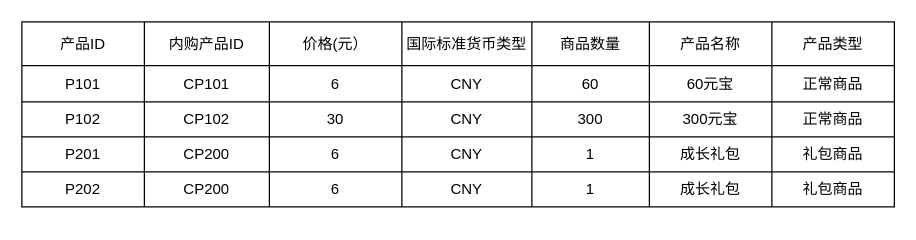
The draw.io diagram irder.drawio in pangqiren/diagram, before the edit. Source tidied: cells renumbered, new cells numbered last; positions are measured from the earlier drawing's top-left corner, leaving out a move shared by most shapes. Both pictures are drawn from the tidied source at 125%, with x=0, y=0 at pixel (21, 21).
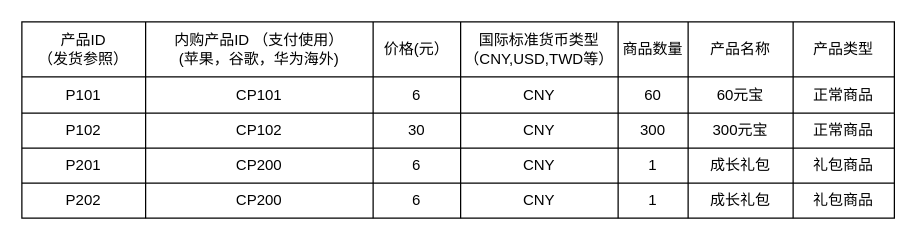
After the change.

What changed in the source:
```diff
@@
     <mxCell id="2" style="shape=table;html=1;whiteSpace=wrap;startSize=0;childLayout=tableLayout;" parent="1" vertex="1">
-      <mxGeometry width="698" height="148" as="geometry" />
+      <mxGeometry width="698" height="157" as="geometry" />
     </mxCell>
     <mxCell id="3" style="shape=partialRectangle;html=1;whiteSpace=wrap;fillColor=none;top=0;left=0;bottom=0;right=0;" parent="2" vertex="1">
-      <mxGeometry width="698" height="35" as="geometry" />
+      <mxGeometry width="698" height="44" as="geometry" />
     </mxCell>
-    <mxCell id="4" value="产品ID" style="shape=partialRectangle;html=1;whiteSpace=wrap;overflow=hidden;fillColor=none;top=0;left=0;bottom=0;right=0;" parent="3" vertex="1">
-      <mxGeometry width="98" height="35" as="geometry" />
+    <mxCell id="4" value="产品ID&lt;br&gt;（发货参照）" style="shape=partialRectangle;html=1;whiteSpace=wrap;overflow=hidden;fillColor=none;top=0;left=0;bottom=0;right=0;" parent="3" vertex="1">
+      <mxGeometry width="99" height="44" as="geometry" />
     </mxCell>
-    <mxCell id="5" value="内购产品ID" style="shape=partialRectangle;html=1;whiteSpace=wrap;overflow=hidden;fillColor=none;top=0;left=0;bottom=0;right=0;" parent="3" vertex="1">
-      <mxGeometry x="98" width="100" height="35" as="geometry" />
+    <mxCell id="5" value="内购产品ID （支付使用）&lt;br&gt;(苹果，谷歌，华为海外)" style="shape=partialRectangle;html=1;whiteSpace=wrap;overflow=hidden;fillColor=none;top=0;left=0;bottom=0;right=0;" parent="3" vertex="1">
+      <mxGeometry x="99" width="182" height="44" as="geometry" />
     </mxCell>
     <mxCell id="6" value="价格(元）" style="shape=partialRectangle;html=1;whiteSpace=wrap;overflow=hidden;fillColor=none;top=0;left=0;bottom=0;right=0;" parent="3" vertex="1">
-      <mxGeometry x="198" width="106" height="35" as="geometry" />
+      <mxGeometry x="281" width="70" height="44" as="geometry" />
     </mxCell>
-    <mxCell id="7" value="国际标准货币类型" style="shape=partialRectangle;html=1;whiteSpace=wrap;overflow=hidden;fillColor=none;top=0;left=0;bottom=0;right=0;" parent="3" vertex="1">
-      <mxGeometry x="304" width="104" height="35" as="geometry" />
+    <mxCell id="7" value="国际标准货币类型&lt;br&gt;（CNY,USD,TWD等）" style="shape=partialRectangle;html=1;whiteSpace=wrap;overflow=hidden;fillColor=none;top=0;left=0;bottom=0;right=0;" parent="3" vertex="1">
+      <mxGeometry x="351" width="126" height="44" as="geometry" />
     </mxCell>
     <mxCell id="8" value="商品数量" style="shape=partialRectangle;html=1;whiteSpace=wrap;overflow=hidden;fillColor=none;top=0;left=0;bottom=0;right=0;" parent="3" vertex="1">
-      <mxGeometry x="408" width="94" height="35" as="geometry" />
+      <mxGeometry x="477" width="56" height="44" as="geometry" />
     </mxCell>
     <mxCell id="9" value="产品名称" style="shape=partialRectangle;html=1;whiteSpace=wrap;overflow=hidden;fillColor=none;top=0;left=0;bottom=0;right=0;" parent="3" vertex="1">
-      <mxGeometry x="502" width="98" height="35" as="geometry" />
+      <mxGeometry x="533" width="84" height="44" as="geometry" />
     </mxCell>
     <mxCell id="10" value="产品类型" style="shape=partialRectangle;html=1;whiteSpace=wrap;overflow=hidden;fillColor=none;top=0;left=0;bottom=0;right=0;" parent="3" vertex="1">
-      <mxGeometry x="600" width="98" height="35" as="geometry" />
+      <mxGeometry x="617" width="81" height="44" as="geometry" />
     </mxCell>
     <mxCell id="11" style="shape=partialRectangle;html=1;whiteSpace=wrap;fillColor=none;top=0;left=0;bottom=0;right=0;" parent="2" vertex="1">
-      <mxGeometry y="35" width="698" height="29" as="geometry" />
+      <mxGeometry y="44" width="698" height="29" as="geometry" />
     </mxCell>
     <mxCell id="12" value="P101" style="shape=partialRectangle;html=1;whiteSpace=wrap;overflow=hidden;fillColor=none;top=0;left=0;bottom=0;right=0;" parent="11" vertex="1">
-      <mxGeometry width="98" height="29" as="geometry" />
+      <mxGeometry width="99" height="29" as="geometry" />
     </mxCell>
     <mxCell id="13" value="CP101" style="shape=partialRectangle;html=1;whiteSpace=wrap;overflow=hidden;fillColor=none;top=0;left=0;bottom=0;right=0;" parent="11" vertex="1">
-      <mxGeometry x="98" width="100" height="29" as="geometry" />
+      <mxGeometry x="99" width="182" height="29" as="geometry" />
     </mxCell>
     <mxCell id="14" value="6" style="shape=partialRectangle;html=1;whiteSpace=wrap;overflow=hidden;fillColor=none;top=0;left=0;bottom=0;right=0;" parent="11" vertex="1">
-      <mxGeometry x="198" width="106" height="29" as="geometry" />
+      <mxGeometry x="281" width="70" height="29" as="geometry" />
     </mxCell>
     <mxCell id="15" value="CNY" style="shape=partialRectangle;html=1;whiteSpace=wrap;overflow=hidden;fillColor=none;top=0;left=0;bottom=0;right=0;" parent="11" vertex="1">
-      <mxGeometry x="304" width="104" height="29" as="geometry" />
+      <mxGeometry x="351" width="126" height="29" as="geometry" />
     </mxCell>
     <mxCell id="16" value="60" style="shape=partialRectangle;html=1;whiteSpace=wrap;overflow=hidden;fillColor=none;top=0;left=0;bottom=0;right=0;" parent="11" vertex="1">
-      <mxGeometry x="408" width="94" height="29" as="geometry" />
+      <mxGeometry x="477" width="56" height="29" as="geometry" />
     </mxCell>
     <mxCell id="17" value="60元宝" style="shape=partialRectangle;html=1;whiteSpace=wrap;overflow=hidden;fillColor=none;top=0;left=0;bottom=0;right=0;" parent="11" vertex="1">
-      <mxGeometry x="502" width="98" height="29" as="geometry" />
+      <mxGeometry x="533" width="84" height="29" as="geometry" />
     </mxCell>
     <mxCell id="18" value="正常商品" style="shape=partialRectangle;html=1;whiteSpace=wrap;overflow=hidden;fillColor=none;top=0;left=0;bottom=0;right=0;" parent="11" vertex="1">
-      <mxGeometry x="600" width="98" height="29" as="geometry" />
+      <mxGeometry x="617" width="81" height="29" as="geometry" />
     </mxCell>
     <mxCell id="19" style="shape=partialRectangle;html=1;whiteSpace=wrap;fillColor=none;top=0;left=0;bottom=0;right=0;" parent="2" vertex="1">
-      <mxGeometry y="64" width="698" height="28" as="geometry" />
+      <mxGeometry y="73" width="698" height="28" as="geometry" />
     </mxCell>
     <mxCell id="20" value="P102" style="shape=partialRectangle;html=1;whiteSpace=wrap;overflow=hidden;fillColor=none;top=0;left=0;bottom=0;right=0;" parent="19" vertex="1">
-      <mxGeometry width="98" height="28" as="geometry" />
+      <mxGeometry width="99" height="28" as="geometry" />
     </mxCell>
     <mxCell id="21" value="CP102" style="shape=partialRectangle;html=1;whiteSpace=wrap;overflow=hidden;fillColor=none;top=0;left=0;bottom=0;right=0;" parent="19" vertex="1">
-      <mxGeometry x="98" width="100" height="28" as="geometry" />
+      <mxGeometry x="99" width="182" height="28" as="geometry" />
     </mxCell>
     <mxCell id="22" value="30" style="shape=partialRectangle;html=1;whiteSpace=wrap;overflow=hidden;fillColor=none;top=0;left=0;bottom=0;right=0;" parent="19" vertex="1">
-      <mxGeometry x="198" width="106" height="28" as="geometry" />
+      <mxGeometry x="281" width="70" height="28" as="geometry" />
     </mxCell>
     <mxCell id="23" value="CNY" style="shape=partialRectangle;html=1;whiteSpace=wrap;overflow=hidden;fillColor=none;top=0;left=0;bottom=0;right=0;" parent="19" vertex="1">
-      <mxGeometry x="304" width="104" height="28" as="geometry" />
+      <mxGeometry x="351" width="126" height="28" as="geometry" />
     </mxCell>
     <mxCell id="24" value="300" style="shape=partialRectangle;html=1;whiteSpace=wrap;overflow=hidden;fillColor=none;top=0;left=0;bottom=0;right=0;" parent="19" vertex="1">
-      <mxGeometry x="408" width="94" height="28" as="geometry" />
+      <mxGeometry x="477" width="56" height="28" as="geometry" />
     </mxCell>
     <mxCell id="25" value="300元宝" style="shape=partialRectangle;html=1;whiteSpace=wrap;overflow=hidden;fillColor=none;top=0;left=0;bottom=0;right=0;" parent="19" vertex="1">
-      <mxGeometry x="502" width="98" height="28" as="geometry" />
+      <mxGeometry x="533" width="84" height="28" as="geometry" />
     </mxCell>
     <mxCell id="26" value="正常商品" style="shape=partialRectangle;html=1;whiteSpace=wrap;overflow=hidden;fillColor=none;top=0;left=0;bottom=0;right=0;" parent="19" vertex="1">
-      <mxGeometry x="600" width="98" height="28" as="geometry" />
+      <mxGeometry x="617" width="81" height="28" as="geometry" />
     </mxCell>
     <mxCell id="27" style="shape=partialRectangle;html=1;whiteSpace=wrap;fillColor=none;top=0;left=0;bottom=0;right=0;" parent="2" vertex="1">
-      <mxGeometry y="92" width="698" height="28" as="geometry" />
+      <mxGeometry y="101" width="698" height="28" as="geometry" />
     </mxCell>
     <mxCell id="28" value="P201" style="shape=partialRectangle;html=1;whiteSpace=wrap;overflow=hidden;fillColor=none;top=0;left=0;bottom=0;right=0;" parent="27" vertex="1">
-      <mxGeometry width="98" height="28" as="geometry" />
+      <mxGeometry width="99" height="28" as="geometry" />
     </mxCell>
     <mxCell id="29" value="CP200" style="shape=partialRectangle;html=1;whiteSpace=wrap;overflow=hidden;fillColor=none;top=0;left=0;bottom=0;right=0;" parent="27" vertex="1">
-      <mxGeometry x="98" width="100" height="28" as="geometry" />
+      <mxGeometry x="99" width="182" height="28" as="geometry" />
     </mxCell>
     <mxCell id="30" value="6" style="shape=partialRectangle;html=1;whiteSpace=wrap;overflow=hidden;fillColor=none;top=0;left=0;bottom=0;right=0;" parent="27" vertex="1">
-      <mxGeometry x="198" width="106" height="28" as="geometry" />
+      <mxGeometry x="281" width="70" height="28" as="geometry" />
     </mxCell>
     <mxCell id="31" value="CNY" style="shape=partialRectangle;html=1;whiteSpace=wrap;overflow=hidden;fillColor=none;top=0;left=0;bottom=0;right=0;" parent="27" vertex="1">
-      <mxGeometry x="304" width="104" height="28" as="geometry" />
+      <mxGeometry x="351" width="126" height="28" as="geometry" />
     </mxCell>
     <mxCell id="32" value="1" style="shape=partialRectangle;html=1;whiteSpace=wrap;overflow=hidden;fillColor=none;top=0;left=0;bottom=0;right=0;" parent="27" vertex="1">
-      <mxGeometry x="408" width="94" height="28" as="geometry" />
+      <mxGeometry x="477" width="56" height="28" as="geometry" />
     </mxCell>
     <mxCell id="33" value="成长礼包" style="shape=partialRectangle;html=1;whiteSpace=wrap;overflow=hidden;fillColor=none;top=0;left=0;bottom=0;right=0;" parent="27" vertex="1">
-      <mxGeometry x="502" width="98" height="28" as="geometry" />
+      <mxGeometry x="533" width="84" height="28" as="geometry" />
     </mxCell>
     <mxCell id="34" value="礼包商品" style="shape=partialRectangle;html=1;whiteSpace=wrap;overflow=hidden;fillColor=none;top=0;left=0;bottom=0;right=0;" parent="27" vertex="1">
-      <mxGeometry x="600" width="98" height="28" as="geometry" />
+      <mxGeometry x="617" width="81" height="28" as="geometry" />
     </mxCell>
     <mxCell id="35" style="shape=partialRectangle;html=1;whiteSpace=wrap;fillColor=none;top=0;left=0;bottom=0;right=0;" parent="2" vertex="1">
-      <mxGeometry y="120" width="698" height="28" as="geometry" />
+      <mxGeometry y="129" width="698" height="28" as="geometry" />
     </mxCell>
     <mxCell id="36" value="P202" style="shape=partialRectangle;html=1;whiteSpace=wrap;overflow=hidden;fillColor=none;top=0;left=0;bottom=0;right=0;" parent="35" vertex="1">
-      <mxGeometry width="98" height="28" as="geometry" />
+      <mxGeometry width="99" height="28" as="geometry" />
     </mxCell>
     <mxCell id="37" value="CP200" style="shape=partialRectangle;html=1;whiteSpace=wrap;overflow=hidden;fillColor=none;top=0;left=0;bottom=0;right=0;" parent="35" vertex="1">
-      <mxGeometry x="98" width="100" height="28" as="geometry" />
+      <mxGeometry x="99" width="182" height="28" as="geometry" />
     </mxCell>
     <mxCell id="38" value="6" style="shape=partialRectangle;html=1;whiteSpace=wrap;overflow=hidden;fillColor=none;top=0;left=0;bottom=0;right=0;" parent="35" vertex="1">
-      <mxGeometry x="198" width="106" height="28" as="geometry" />
+      <mxGeometry x="281" width="70" height="28" as="geometry" />
     </mxCell>
     <mxCell id="39" value="CNY" style="shape=partialRectangle;html=1;whiteSpace=wrap;overflow=hidden;fillColor=none;top=0;left=0;bottom=0;right=0;" parent="35" vertex="1">
-      <mxGeometry x="304" width="104" height="28" as="geometry" />
+      <mxGeometry x="351" width="126" height="28" as="geometry" />
     </mxCell>
     <mxCell id="40" value="1" style="shape=partialRectangle;html=1;whiteSpace=wrap;overflow=hidden;fillColor=none;top=0;left=0;bottom=0;right=0;" parent="35" vertex="1">
-      <mxGeometry x="408" width="94" height="28" as="geometry" />
+      <mxGeometry x="477" width="56" height="28" as="geometry" />
     </mxCell>
     <mxCell id="41" value="成长礼包" style="shape=partialRectangle;html=1;whiteSpace=wrap;overflow=hidden;fillColor=none;top=0;left=0;bottom=0;right=0;" parent="35" vertex="1">
-      <mxGeometry x="502" width="98" height="28" as="geometry" />
+      <mxGeometry x="533" width="84" height="28" as="geometry" />
     </mxCell>
     <mxCell id="42" value="礼包商品" style="shape=partialRectangle;html=1;whiteSpace=wrap;overflow=hidden;fillColor=none;top=0;left=0;bottom=0;right=0;" parent="35" vertex="1">
-      <mxGeometry x="600" width="98" height="28" as="geometry" />
+      <mxGeometry x="617" width="81" height="28" as="geometry" />
     </mxCell>
```
